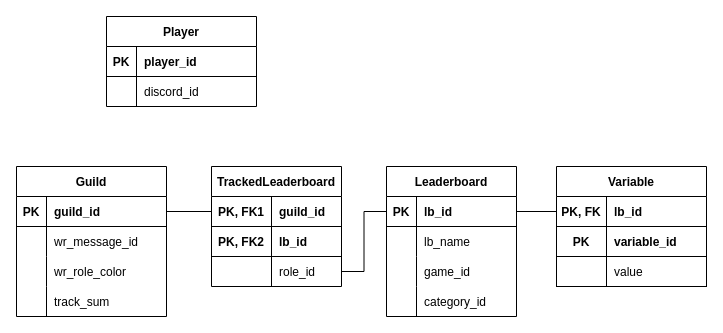
Earlier version of the draw.io diagram srcwrsbot.drawio (mitchell-merry/src-wrs-bot). Source tidied: cells renumbered, new cells numbered last; positions are measured from the earlier drawing's top-left corner, leaving out a move shared by most shapes. Both pictures are drawn from the tidied source at 100%, with x=0, y=0 at pixel (16, 16).
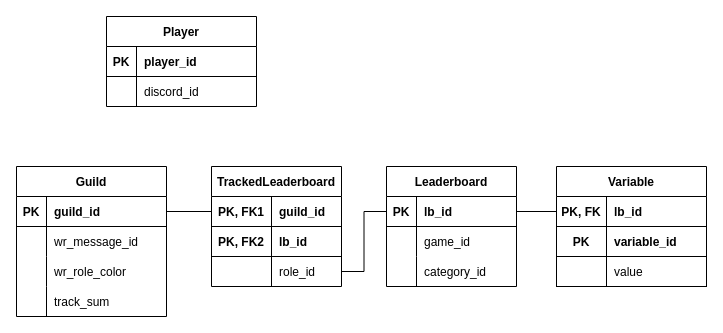
The same page after the edit.

Change to the diagram source:
```diff
@@
     <mxCell id="3" value="Leaderboard" style="shape=table;startSize=30;childLayout=tableLayout;rowLines=0;fontStyle=1;align=center;" parent="1" vertex="1">
-      <mxGeometry x="370" y="150" width="130" height="150" as="geometry" />
+      <mxGeometry x="370" y="150" width="130" height="120" as="geometry" />
     </mxCell>
@@
-    <mxCell id="7" style="shape=partialRectangle;fillColor=none;top=0;left=0;right=0;bottom=0;" parent="3" vertex="1">
-      <mxGeometry y="60" width="130" height="30" as="geometry" />
-    </mxCell>
-    <mxCell id="8" style="shape=partialRectangle;overflow=hidden;fillColor=none;top=0;left=0;bottom=0;right=0;" parent="7" vertex="1">
-      <mxGeometry width="30" height="30" as="geometry" />
-    </mxCell>
-    <mxCell id="9" value="lb_name" style="shape=partialRectangle;overflow=hidden;fillColor=none;top=0;left=0;bottom=0;right=0;align=left;spacingLeft=6;" parent="7" vertex="1">
-      <mxGeometry x="30" width="100" height="30" as="geometry" />
-    </mxCell>
     <mxCell id="10" style="shape=partialRectangle;fillColor=none;top=0;left=0;right=0;bottom=0;" parent="3" vertex="1">
-      <mxGeometry y="90" width="130" height="30" as="geometry" />
+      <mxGeometry y="60" width="130" height="30" as="geometry" />
     </mxCell>
@@
     <mxCell id="13" style="shape=partialRectangle;fillColor=none;top=0;left=0;right=0;bottom=0;" parent="3" vertex="1">
-      <mxGeometry y="120" width="130" height="30" as="geometry" />
+      <mxGeometry y="90" width="130" height="30" as="geometry" />
     </mxCell>
```
